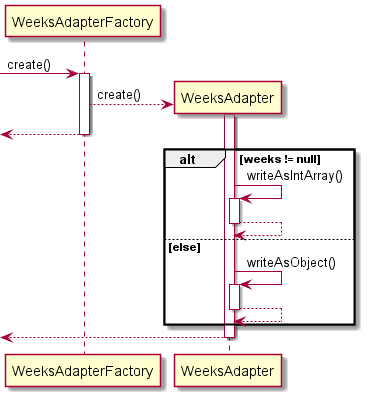
Earlier version of the PlantUML export docs/uml-diagrams/WeeksWrite.png (nus-cs2113-AY2122S1/tp). The source it was exported from:
```plantuml
@startuml

[-> WeeksAdapterFactory : create()
activate WeeksAdapterFactory

WeeksAdapterFactory --> WeeksAdapter** : create()
activate WeeksAdapter

<-- WeeksAdapterFactory
deactivate WeeksAdapterFactory

alt weeks != null
    WeeksAdapter -> WeeksAdapter : writeAsIntArray()
    activate WeeksAdapter
    WeeksAdapter --> WeeksAdapter
    deactivate WeeksAdapter
else else
    WeeksAdapter -> WeeksAdapter : writeAsObject()
    activate WeeksAdapter
    WeeksAdapter --> WeeksAdapter
    deactivate WeeksAdapter
end

<-- WeeksAdapter
deactivate WeeksAdapter

@enduml
```
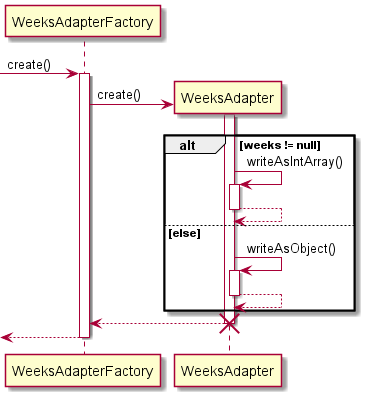
Later version of the same file.

Change to the diagram source:
```diff
@@ -3,11 +3,9 @@
 [-> WeeksAdapterFactory : create()
 activate WeeksAdapterFactory
 
-WeeksAdapterFactory --> WeeksAdapter** : create()
+WeeksAdapterFactory -> WeeksAdapter** : create()
 activate WeeksAdapter
 
-<-- WeeksAdapterFactory
-deactivate WeeksAdapterFactory
 
 alt weeks != null
     WeeksAdapter -> WeeksAdapter : writeAsIntArray()
@@ -21,7 +19,11 @@
     deactivate WeeksAdapter
 end
 
-<-- WeeksAdapter
+WeeksAdapter --> WeeksAdapterFactory
 deactivate WeeksAdapter
+destroy WeeksAdapter
+
+<-- WeeksAdapterFactory
+deactivate WeeksAdapterFactory
 
 @enduml
```
